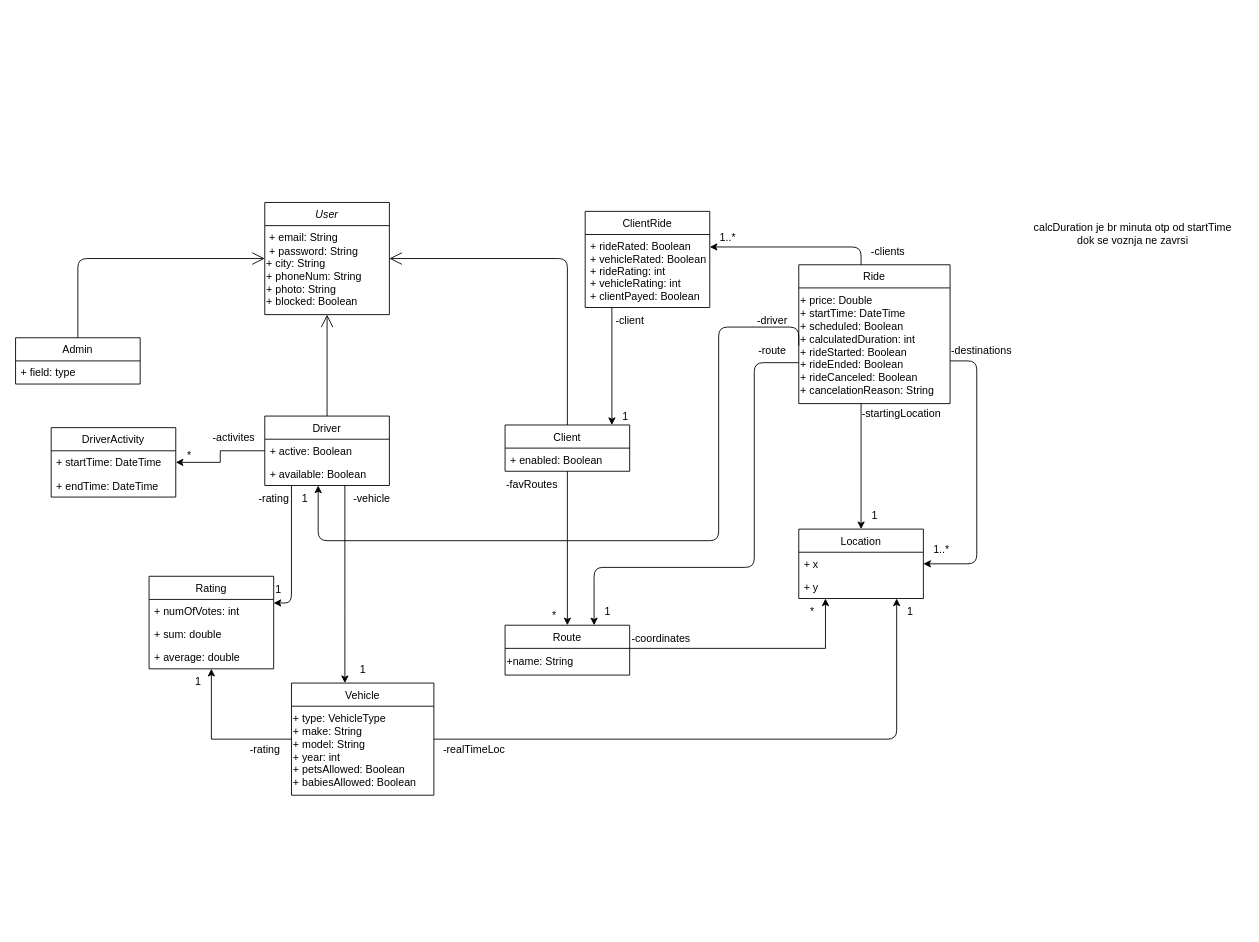
This is classDiagram.drawio from dragicevic19/nwtkts-uber, a draw.io file, before an edit. Source tidied: cells renumbered, new cells numbered last; positions are measured from the earlier drawing's top-left corner, leaving out a move shared by most shapes. Both pictures are drawn from the tidied source at 89%, with x=0, y=0 at pixel (15, 202).
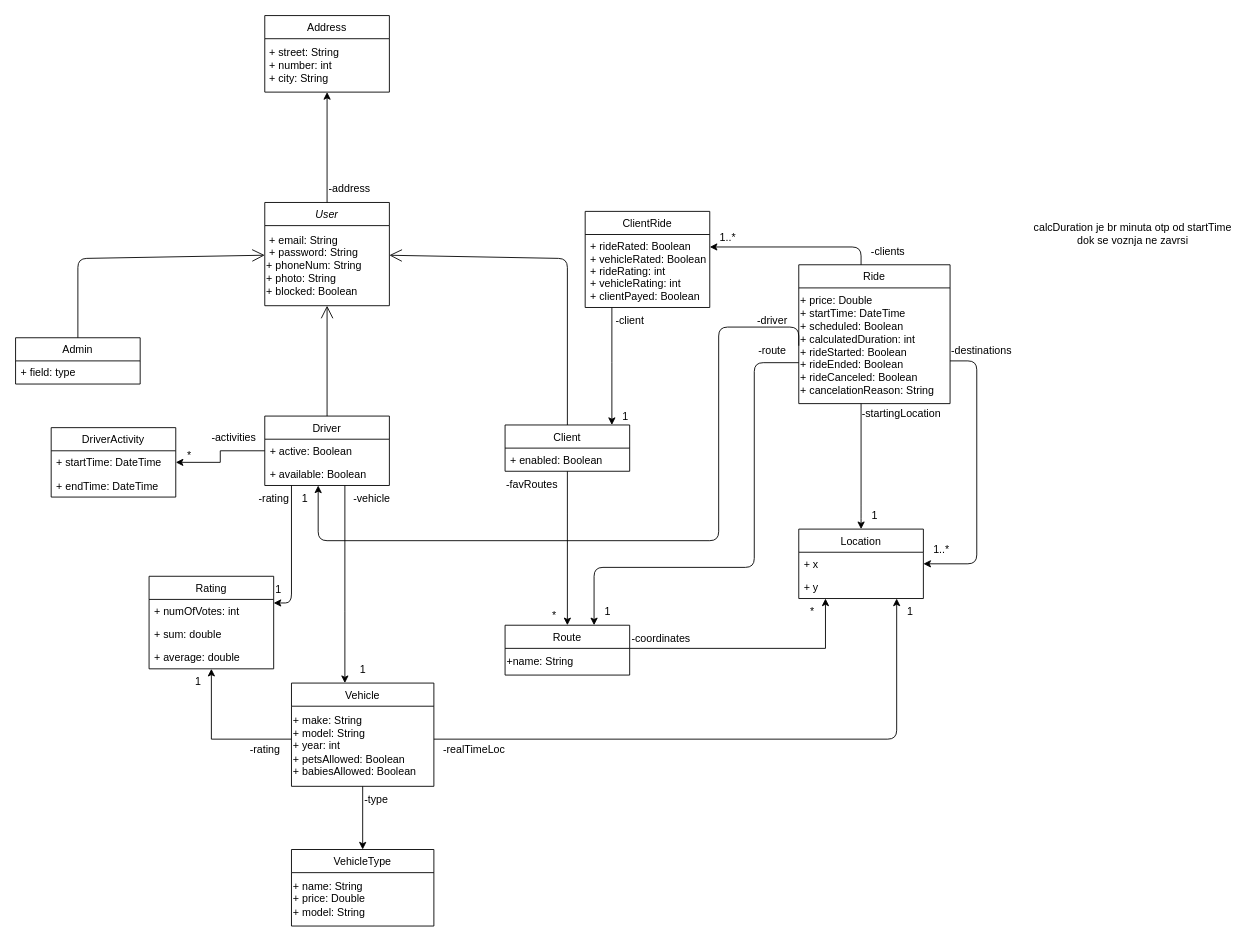
After the change.

The edit, as a diff of the source:
```diff
@@
+    <mxCell id="72" style="edgeStyle=orthogonalEdgeStyle;rounded=0;jettySize=auto;html=1;" parent="1" edge="1" source="2" target="75">
+      <mxGeometry relative="1" as="geometry" />
+    </mxCell>
     <mxCell id="2" value="User" style="swimlane;fontStyle=2;horizontal=1;startSize=26;fillColor=none;" parent="1" vertex="1">
-      <mxGeometry x="280" width="140" height="126" as="geometry" />
+      <mxGeometry x="280" width="140" height="116" as="geometry" />
     </mxCell>
-    <mxCell id="3" value="&amp;nbsp;+ email: String&lt;br&gt;&amp;nbsp;+ password: String&lt;br&gt;+ city: String&lt;br&gt;+ phoneNum: String&lt;br&gt;+ photo: String&lt;br&gt;+ blocked: Boolean" style="text;html=1;align=left;verticalAlign=middle;strokeColor=none;fillColor=none;" parent="2" vertex="1">
-      <mxGeometry y="26" width="140" height="100" as="geometry" />
+    <mxCell id="3" value="&amp;nbsp;+ email: String&lt;br&gt;&amp;nbsp;+ password: String&lt;br&gt;+ phoneNum: String&lt;br&gt;+ photo: String&lt;br&gt;+ blocked: Boolean" style="text;html=1;align=left;verticalAlign=middle;strokeColor=none;fillColor=none;" parent="2" vertex="1">
+      <mxGeometry y="26" width="140" height="90" as="geometry" />
     </mxCell>
@@
+    <mxCell id="73" style="edgeStyle=orthogonalEdgeStyle;rounded=0;jettySize=auto;html=1;" parent="1" edge="1" source="16" target="79">
+      <mxGeometry relative="1" as="geometry" />
+    </mxCell>
     <mxCell id="16" value="Vehicle" style="swimlane;fontStyle=0;horizontal=1;startSize=26;fillColor=none;" parent="1" vertex="1">
-      <mxGeometry x="310" y="540" width="160" height="126" as="geometry" />
+      <mxGeometry x="310" y="540" width="160" height="116" as="geometry" />
     </mxCell>
-    <mxCell id="17" value="+ type: VehicleType&lt;br&gt;+ make: String&lt;br&gt;+ model: String&lt;br&gt;+ year: int&lt;br&gt;+ petsAllowed: Boolean&lt;br&gt;+ babiesAllowed: Boolean" style="text;html=1;align=left;verticalAlign=middle;strokeColor=none;fillColor=none;" parent="16" vertex="1">
-      <mxGeometry y="26" width="160" height="100" as="geometry" />
+    <mxCell id="17" value="+ make: String&lt;br&gt;+ model: String&lt;br&gt;+ year: int&lt;br&gt;+ petsAllowed: Boolean&lt;br&gt;+ babiesAllowed: Boolean" style="text;html=1;align=left;verticalAlign=middle;strokeColor=none;fillColor=none;" parent="16" vertex="1">
+      <mxGeometry y="26" width="160" height="90" as="geometry" />
     </mxCell>
@@
-    <mxCell id="65" value="-activites" style="text;html=1;align=center;verticalAlign=middle;strokeColor=none;fillColor=none;" parent="1" vertex="1">
+    <mxCell id="65" value="-activities" style="text;html=1;align=center;verticalAlign=middle;strokeColor=none;fillColor=none;" parent="1" vertex="1">
       <mxGeometry x="210" y="250" width="70" height="30" as="geometry" />
     </mxCell>
@@
+    <mxCell id="74" value="&amp;nbsp;" style="text;whiteSpace=wrap;html=1;" parent="1" vertex="1">
+      <mxGeometry x="420" y="-140" width="40" height="40" as="geometry" />
+    </mxCell>
+    <mxCell id="75" value="Address" style="swimlane;fontStyle=0;horizontal=1;startSize=26;fillColor=none;" parent="1" vertex="1">
+      <mxGeometry x="280" y="-210" width="140" height="86" as="geometry" />
+    </mxCell>
+    <mxCell id="76" value="&amp;nbsp;+ street: String&lt;br&gt;&amp;nbsp;+ number: int&lt;br&gt;&amp;nbsp;+ city: String" style="text;html=1;align=left;verticalAlign=middle;strokeColor=none;fillColor=none;" parent="75" vertex="1">
+      <mxGeometry y="26" width="140" height="60" as="geometry" />
+    </mxCell>
+    <mxCell id="77" value="-address" style="text;html=1;align=center;verticalAlign=middle;strokeColor=none;fillColor=none;" parent="1" vertex="1">
+      <mxGeometry x="340" y="-30" width="70" height="30" as="geometry" />
+    </mxCell>
+    <mxCell id="78" value="&amp;nbsp;" style="text;whiteSpace=wrap;html=1;" parent="1" vertex="1">
+      <mxGeometry x="30" y="-60" width="40" height="40" as="geometry" />
+    </mxCell>
+    <mxCell id="79" value="VehicleType" style="swimlane;fontStyle=0;horizontal=1;startSize=26;fillColor=none;" parent="1" vertex="1">
+      <mxGeometry x="310" y="727" width="160" height="86" as="geometry" />
+    </mxCell>
+    <mxCell id="80" value="+ name: String&lt;br&gt;+ price: Double&lt;br&gt;+ model: String" style="text;html=1;align=left;verticalAlign=middle;strokeColor=none;fillColor=none;" parent="79" vertex="1">
+      <mxGeometry y="26" width="160" height="60" as="geometry" />
+    </mxCell>
+    <mxCell id="81" value="-type" style="text;html=1;align=center;verticalAlign=middle;strokeColor=none;fillColor=none;" parent="1" vertex="1">
+      <mxGeometry x="380" y="656" width="50" height="30" as="geometry" />
+    </mxCell>
+    <mxCell id="82" value="&amp;nbsp;" style="text;whiteSpace=wrap;html=1;" parent="1" vertex="1">
+      <mxGeometry x="780" y="640" width="40" height="40" as="geometry" />
+    </mxCell>
```
